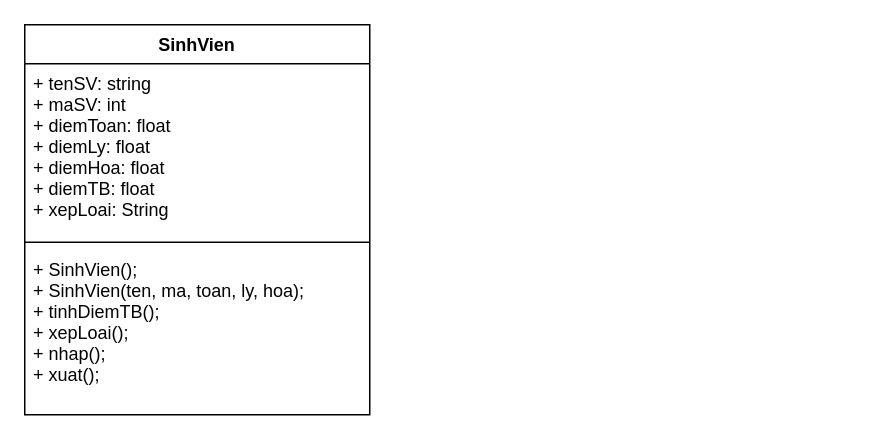
Earlier version of the draw.io diagram QuanLySV_Ver1.drawio (hidetoshi93/UML_Cyberlearn). Source tidied: cells renumbered, new cells numbered last; positions are measured from the earlier drawing's top-left corner, leaving out a move shared by most shapes. Both pictures are drawn from the tidied source at 150%, with x=0, y=0 at pixel (24, 24).
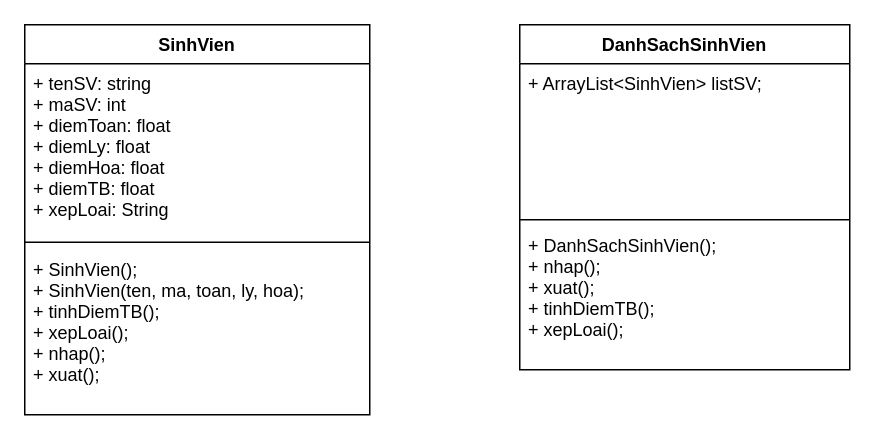
The same page after the edit.

Change to the diagram source:
```diff
@@
 <mxGraphModel>
   <root>
     <mxCell id="0" />
     <mxCell id="1" parent="0" />
     <mxCell id="2" value="SinhVien" style="swimlane;fontStyle=1;align=center;verticalAlign=top;horizontal=1;startSize=26;" parent="1" vertex="1">
       <mxGeometry width="230" height="260" as="geometry" />
     </mxCell>
     <mxCell id="3" value="+ tenSV: string&#10;+ maSV: int&#10;+ diemToan: float&#10;+ diemLy: float&#10;+ diemHoa: float&#10;+ diemTB: float&#10;+ xepLoai: String" style="text;strokeColor=none;fillColor=none;align=left;verticalAlign=top;spacingLeft=4;spacingRight=4;overflow=hidden;" parent="2" vertex="1">
       <mxGeometry y="26" width="230" height="114" as="geometry" />
     </mxCell>
     <mxCell id="4" style="line;strokeWidth=1;fillColor=none;align=left;verticalAlign=middle;spacingTop=-1;spacingLeft=3;spacingRight=3;labelPosition=right;" parent="2" vertex="1">
       <mxGeometry y="140" width="230" height="10" as="geometry" />
     </mxCell>
     <mxCell id="5" value="+ SinhVien();&#10;+ SinhVien(ten, ma, toan, ly, hoa);&#10;+ tinhDiemTB();&#10;+ xepLoai();&#10;+ nhap();&#10;+ xuat();" style="text;strokeColor=none;fillColor=none;align=left;verticalAlign=top;spacingLeft=4;spacingRight=4;overflow=hidden;" parent="2" vertex="1">
       <mxGeometry y="150" width="230" height="110" as="geometry" />
     </mxCell>
+    <mxCell id="6" value="DanhSachSinhVien" style="swimlane;fontStyle=1;align=center;verticalAlign=top;horizontal=1;startSize=26;" parent="1" vertex="1">
+      <mxGeometry x="330" width="220" height="230" as="geometry" />
+    </mxCell>
+    <mxCell id="7" value="+ ArrayList&lt;SinhVien&gt; listSV;" style="text;strokeColor=none;fillColor=none;align=left;verticalAlign=top;spacingLeft=4;spacingRight=4;overflow=hidden;" parent="6" vertex="1">
+      <mxGeometry y="26" width="220" height="100" as="geometry" />
+    </mxCell>
+    <mxCell id="8" style="line;strokeWidth=1;fillColor=none;align=left;verticalAlign=middle;spacingTop=-1;spacingLeft=3;spacingRight=3;labelPosition=right;" parent="6" vertex="1">
+      <mxGeometry y="126" width="220" height="8" as="geometry" />
+    </mxCell>
+    <mxCell id="9" value="+ DanhSachSinhVien();&#10;+ nhap();&#10;+ xuat();&#10;+ tinhDiemTB();&#10;+ xepLoai();&#10;" style="text;strokeColor=none;fillColor=none;align=left;verticalAlign=top;spacingLeft=4;spacingRight=4;overflow=hidden;" parent="6" vertex="1">
+      <mxGeometry y="134" width="220" height="96" as="geometry" />
+    </mxCell>
   </root>
 </mxGraphModel>
```
